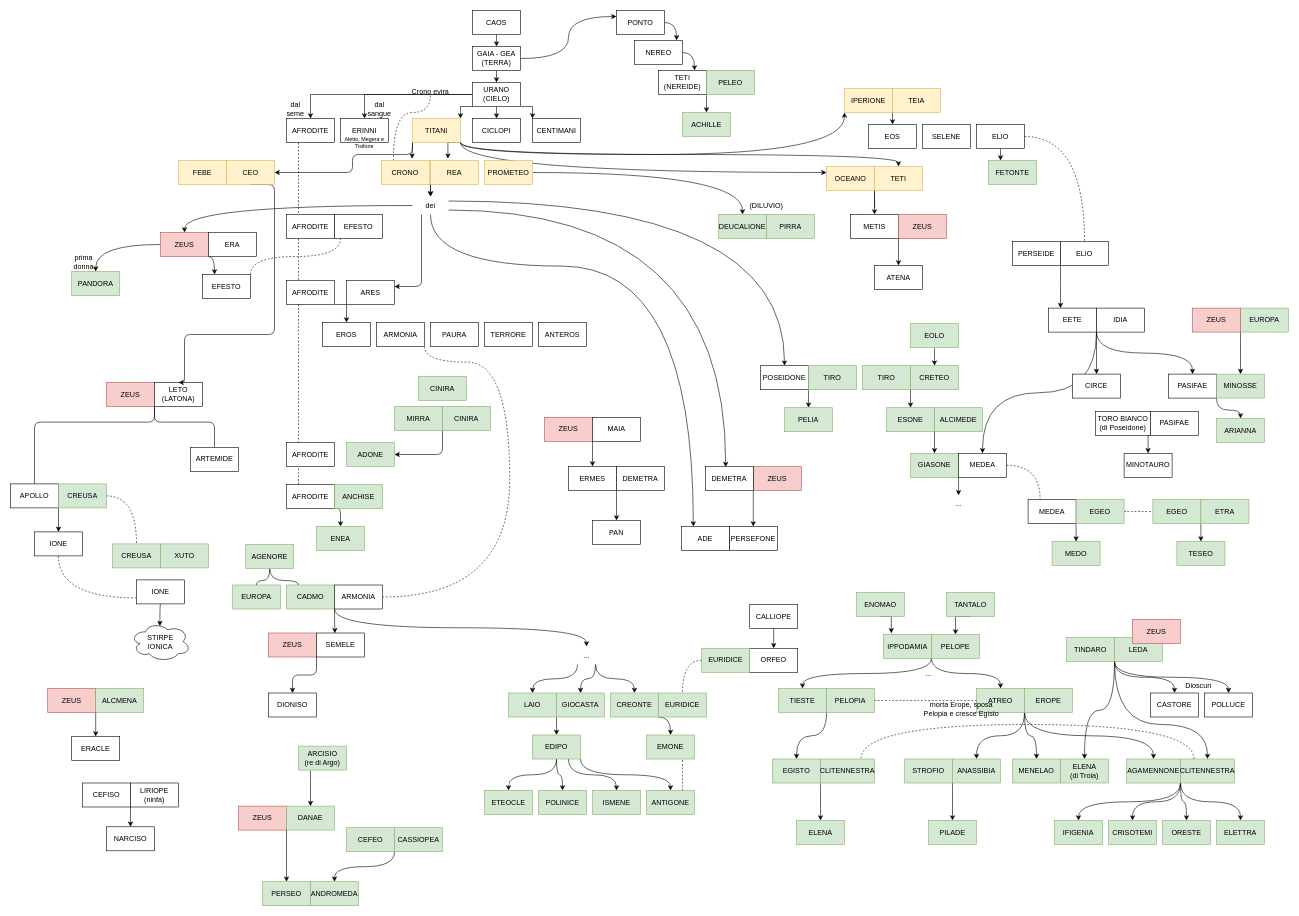
tcaru/diagrams keeps this draw.io diagram as miti.drawio. Above is the earlier version. Source tidied: cells renumbered, new cells numbered last; positions are measured from the earlier drawing's top-left corner, leaving out a move shared by most shapes. Both pictures are drawn from the tidied source at 60%, with x=0, y=0 at pixel (10, 10).
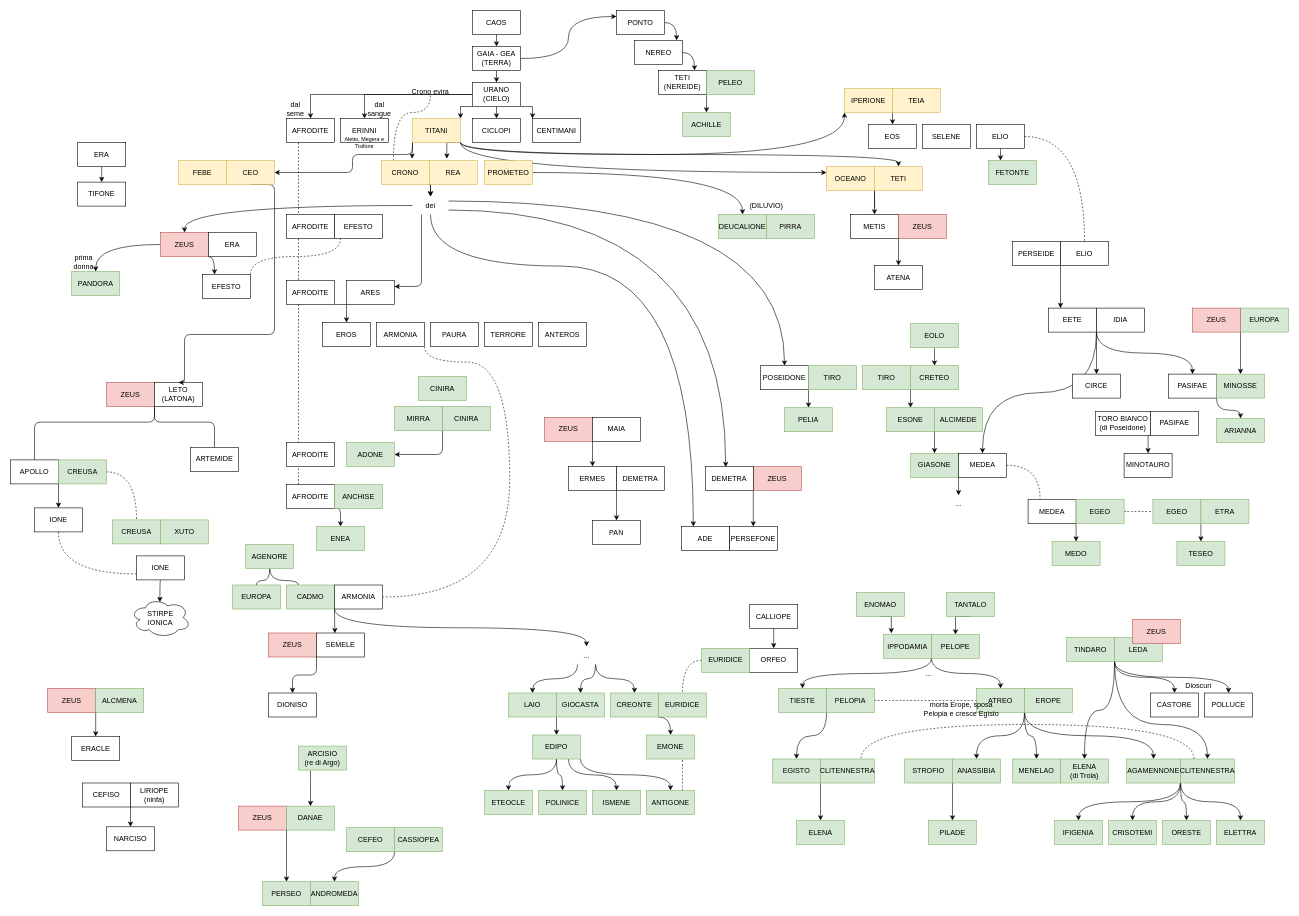
The same diagram, later.

The edit, as a diff of the source:
```diff
@@
     <mxCell id="29" value="REA" style="rounded=0;whiteSpace=wrap;html=1;fillColor=#fff2cc;strokeColor=#d6b656;" parent="1" vertex="1">
-      <mxGeometry x="700" y="250" width="80" height="40" as="geometry" />
+      <mxGeometry x="698.2" y="250" width="80" height="40" as="geometry" />
     </mxCell>
@@
     <mxCell id="256" value="APOLLO" style="rounded=0;whiteSpace=wrap;html=1;" parent="1" vertex="1">
-      <mxGeometry y="789" width="80" height="40" as="geometry" />
+      <mxGeometry y="749" width="80" height="40" as="geometry" />
     </mxCell>
@@
     <mxCell id="259" value="CREUSA" style="rounded=0;whiteSpace=wrap;html=1;fillColor=#d5e8d4;strokeColor=#82b366;" parent="1" vertex="1">
-      <mxGeometry x="80" y="789" width="80" height="40" as="geometry" />
+      <mxGeometry x="80" y="749" width="80" height="40" as="geometry" />
     </mxCell>
@@
     <mxCell id="261" value="IONE" style="rounded=0;whiteSpace=wrap;html=1;" parent="1" vertex="1">
-      <mxGeometry x="40" y="869" width="80" height="40" as="geometry" />
+      <mxGeometry x="40" y="829" width="80" height="40" as="geometry" />
     </mxCell>
     <mxCell id="262" value="CREUSA" style="rounded=0;whiteSpace=wrap;html=1;fillColor=#d5e8d4;strokeColor=#82b366;" parent="1" vertex="1">
-      <mxGeometry x="170" y="889" width="80" height="40" as="geometry" />
+      <mxGeometry x="170" y="849" width="80" height="40" as="geometry" />
     </mxCell>
     <mxCell id="263" value="XUTO" style="rounded=0;whiteSpace=wrap;html=1;fillColor=#d5e8d4;strokeColor=#82b366;" parent="1" vertex="1">
-      <mxGeometry x="250" y="889" width="80" height="40" as="geometry" />
+      <mxGeometry x="250" y="849" width="80" height="40" as="geometry" />
     </mxCell>
@@
     <mxCell id="265" value="IONE" style="rounded=0;whiteSpace=wrap;html=1;" parent="1" vertex="1">
-      <mxGeometry x="210" y="949" width="80" height="40" as="geometry" />
+      <mxGeometry x="210" y="909" width="80" height="40" as="geometry" />
     </mxCell>
     <mxCell id="266" value="STIRPE&lt;br&gt;IONICA" style="ellipse;shape=cloud;whiteSpace=wrap;html=1;" parent="1" vertex="1">
-      <mxGeometry x="200" y="1019" width="100" height="66" as="geometry" />
+      <mxGeometry x="200" y="979" width="100" height="66" as="geometry" />
     </mxCell>
@@
+    <mxCell id="287" style="edgeStyle=orthogonalEdgeStyle;rounded=0;jettySize=auto;html=1;exitX=0.5;exitY=1;exitDx=0;exitDy=0;entryX=0.5;entryY=0;entryDx=0;entryDy=0;" parent="1" edge="1" source="288" target="289">
+      <mxGeometry relative="1" as="geometry" />
+    </mxCell>
+    <mxCell id="288" value="ERA" style="rounded=0;whiteSpace=wrap;html=1;" parent="1" vertex="1">
+      <mxGeometry x="112" y="220" width="80" height="40" as="geometry" />
+    </mxCell>
+    <mxCell id="289" value="TIFONE" style="rounded=0;whiteSpace=wrap;html=1;" parent="1" vertex="1">
+      <mxGeometry x="112" y="286" width="80" height="40" as="geometry" />
+    </mxCell>
```
